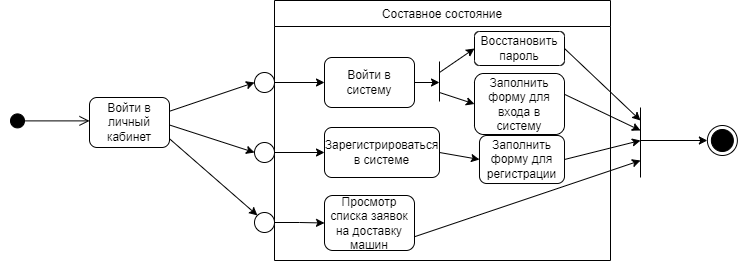
Before: Diagrams/Диаграмма состояний (Statechart diagram)/Statechart diagram-Водитель-курьер.drawio.png, a diagram exported from draw.io (plnppt/Programming-technologies-project). Source tidied: cells renumbered, new cells last; positions are measured from the earlier drawing's top-left corner, leaving out a move shared by most shapes.
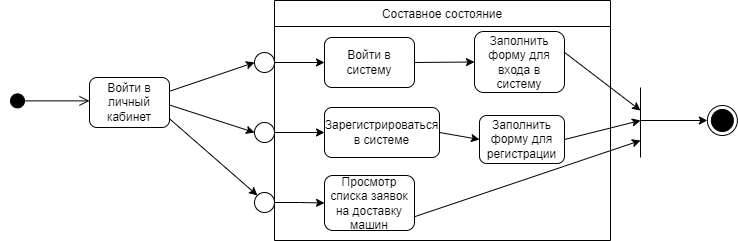
Later version of the same file.

Diff of the diagram source:
```diff
@@ -12,14 +12,8 @@
       <mxGeometry x="80" y="97" width="80" height="50" as="geometry" />
     </mxCell>
     <mxCell id="4" value="Составное состояние" style="swimlane;fontStyle=0;horizontal=1;startSize=26;fillColor=none;" parent="1" vertex="1">
-      <mxGeometry x="265" width="336" height="260" as="geometry" />
+      <mxGeometry x="265" y="20" width="336" height="240" as="geometry" />
     </mxCell>
-    <mxCell id="5" style="endArrow=none;html=1;rounded=0;" parent="4" edge="1">
-      <mxGeometry relative="1" as="geometry">
-        <mxPoint x="165" y="101" as="sourcePoint" />
-        <mxPoint x="165" y="61" as="targetPoint" />
-      </mxGeometry>
-    </mxCell>
     <mxCell id="6" value="Войти в систему" style="rounded=1;whiteSpace=wrap;html=1;" parent="1" vertex="1">
       <mxGeometry x="315" y="57" width="90" height="50" as="geometry" />
     </mxCell>
@@ -75,25 +69,10 @@
       <mxGeometry x="697.9" y="125" width="30" height="30" as="geometry" />
     </mxCell>
     <mxCell id="20" value="Заполнить форму для входа в систему" style="rounded=1;whiteSpace=wrap;html=1;" parent="1" vertex="1">
-      <mxGeometry x="465" y="73" width="90" height="61" as="geometry" />
+      <mxGeometry x="465" y="51" width="90" height="61" as="geometry" />
     </mxCell>
-    <mxCell id="21" value="Восстановить пароль" style="rounded=1;whiteSpace=wrap;html=1;" parent="1" vertex="1">
-      <mxGeometry x="465" y="31" width="90" height="34" as="geometry" />
-    </mxCell>
-    <mxCell id="22" style="endArrow=classic;html=1;rounded=0;entryX=0;entryY=0.5;entryDx=0;entryDy=0;" parent="1" edge="1" target="21">
-      <mxGeometry relative="1" as="geometry">
-        <mxPoint x="430" y="72" as="sourcePoint" />
-      </mxGeometry>
-    </mxCell>
-    <mxCell id="23" style="endArrow=classic;html=1;rounded=0;entryX=0;entryY=0.5;entryDx=0;entryDy=0;" parent="1" edge="1" target="20">
-      <mxGeometry relative="1" as="geometry">
-        <mxPoint x="430" y="92" as="sourcePoint" />
-      </mxGeometry>
-    </mxCell>
-    <mxCell id="24" style="endArrow=classic;html=1;rounded=0;exitX=1;exitY=0.5;exitDx=0;exitDy=0;" parent="1" edge="1" source="6">
-      <mxGeometry relative="1" as="geometry">
-        <mxPoint x="430" y="82" as="targetPoint" />
-      </mxGeometry>
+    <mxCell id="24" style="endArrow=classic;html=1;rounded=0;exitX=1;exitY=0.5;exitDx=0;exitDy=0;entryX=0;entryY=0.5;entryDx=0;entryDy=0;" parent="1" edge="1" source="6" target="20">
+      <mxGeometry relative="1" as="geometry" />
     </mxCell>
     <mxCell id="25" value="Заполнить форму для регистрации" style="rounded=1;whiteSpace=wrap;html=1;" parent="1" vertex="1">
       <mxGeometry x="470" y="135" width="85" height="48" as="geometry" />
@@ -101,11 +80,6 @@
     <mxCell id="26" style="endArrow=classic;html=1;rounded=0;entryX=0;entryY=0.5;entryDx=0;entryDy=0;exitX=1;exitY=0.5;exitDx=0;exitDy=0;" parent="1" edge="1" source="7" target="25">
       <mxGeometry relative="1" as="geometry" />
     </mxCell>
-    <mxCell id="27" style="endArrow=classic;html=1;rounded=0;exitX=1;exitY=0.5;exitDx=0;exitDy=0;" parent="1" edge="1" source="21">
-      <mxGeometry relative="1" as="geometry">
-        <mxPoint x="631" y="120" as="targetPoint" />
-      </mxGeometry>
-    </mxCell>
     <mxCell id="28" style="endArrow=classic;html=1;rounded=0;exitX=0.997;exitY=0.339;exitDx=0;exitDy=0;exitPerimeter=0;" parent="1" edge="1" source="20">
       <mxGeometry relative="1" as="geometry">
         <mxPoint x="631" y="130" as="targetPoint" />
```
